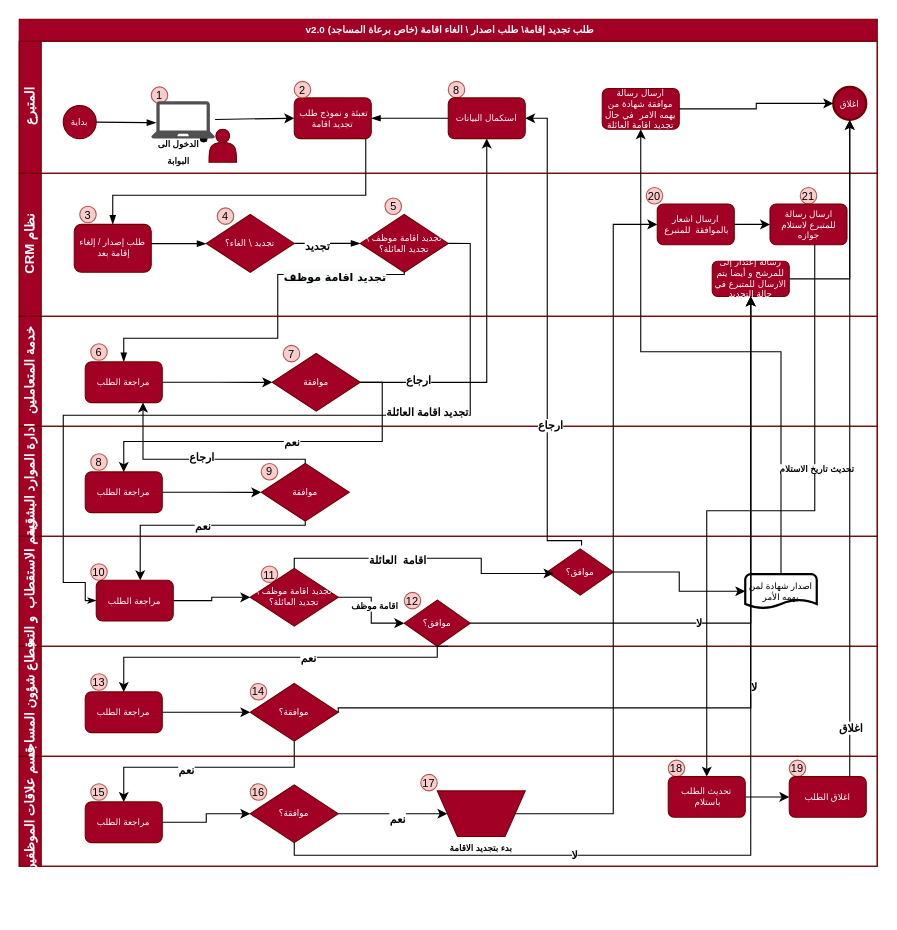
mmarei/mmarei-GithubRepository keeps this draw.io diagram as طلب تجديد -إصدار - إلغاء إقامة -خاص برعاة المساجد v2.0.drawio. Above is the earlier version. Source tidied: cells renumbered, new cells numbered last; positions are measured from the earlier drawing's top-left corner, leaving out a move shared by most shapes. Both pictures are drawn from the tidied source at 110%, with x=0, y=0 at pixel (19, 19).
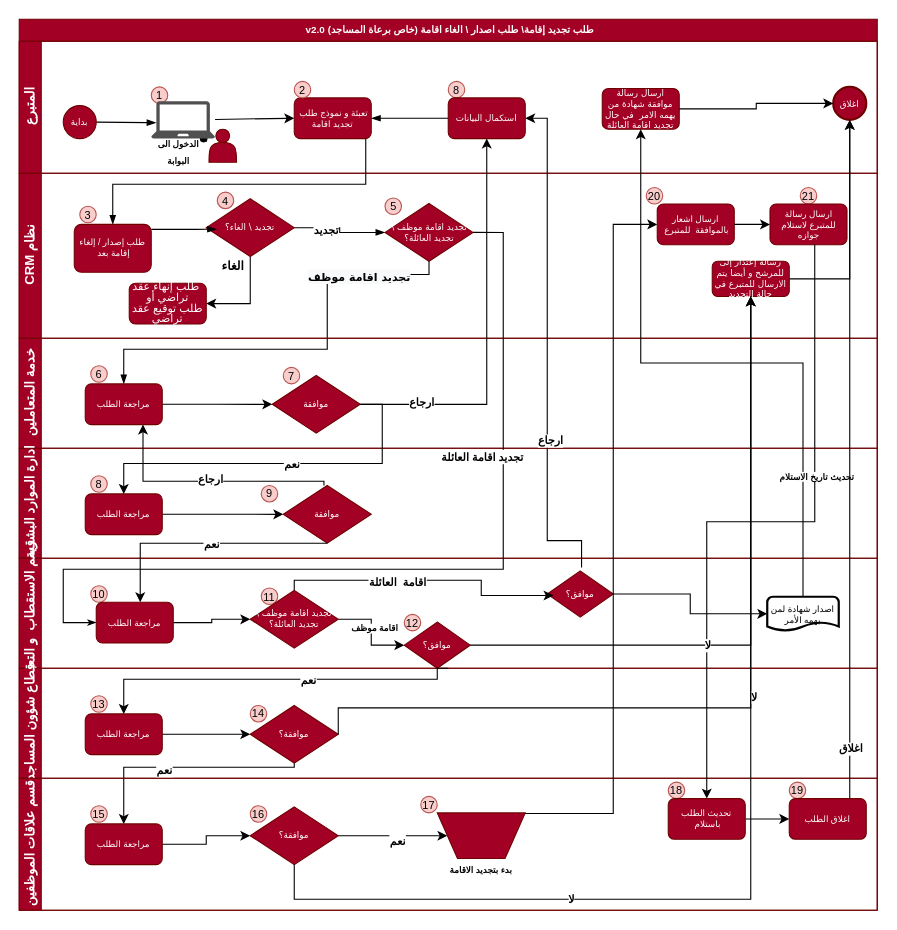
The same diagram, later.

Unchanged cells that the change refers to:
```xml
<mxCell id="15" value="&lt;font face=&quot;dubai, sans-serif&quot;&gt;تعبئة و نموذج طلب&amp;nbsp; تجديد اقامة&lt;/font&gt;" style="rounded=1;whiteSpace=wrap;html=1;shadow=0;labelBackgroundColor=none;strokeWidth=1;fontFamily=Verdana;fontSize=8;align=center;fillColor=#a20025;strokeColor=#6F0000;fontColor=#ffffff;" parent="3" vertex="1">
  <mxGeometry x="250" y="51.5" width="70" height="37" as="geometry" />
</mxCell>
<mxCell id="31" value="&lt;span lang=&quot;AR-SA&quot; dir=&quot;RTL&quot; style=&quot;line-height: 107% ; font-family: &amp;#34;dubai&amp;#34; , sans-serif&quot;&gt;&lt;font style=&quot;font-size: 8px&quot;&gt;طلب إصدار / إلغاء إقامة بعد&amp;nbsp;&lt;/font&gt;&lt;/span&gt;" style="rounded=1;whiteSpace=wrap;html=1;shadow=0;labelBackgroundColor=none;strokeWidth=1;fontFamily=Verdana;fontSize=8;align=center;fillColor=#a20025;strokeColor=#6F0000;fontColor=#ffffff;" parent="20" vertex="1">
  <mxGeometry x="50" y="46.5" width="70" height="43.5" as="geometry" />
</mxCell>
<mxCell id="35" value="رسالة إعتذار إلى للمرشح و أيضا يتم الارسال للمتبرع في حالة التجديد" style="whiteSpace=wrap;html=1;rounded=1;shadow=0;fontFamily=Verdana;fontSize=8;fontColor=#ffffff;strokeColor=#6F0000;strokeWidth=1;fillColor=#a20025;" parent="20" vertex="1">
  <mxGeometry x="630" y="80" width="70" height="32" as="geometry" />
</mxCell>
<mxCell id="44" value="&lt;span lang=&quot;AR-SA&quot; dir=&quot;RTL&quot; style=&quot;line-height: 107% ; font-family: &amp;#34;dubai&amp;#34; , sans-serif&quot;&gt;&lt;font style=&quot;font-size: 8px&quot;&gt;مراجعة الطلب&lt;/font&gt;&lt;/span&gt;" style="rounded=1;whiteSpace=wrap;html=1;shadow=0;labelBackgroundColor=none;strokeWidth=1;fontFamily=Verdana;fontSize=8;align=center;fillColor=#a20025;strokeColor=#6F0000;fontColor=#ffffff;" parent="39" vertex="1">
  <mxGeometry x="60" y="41.5" width="70" height="37" as="geometry" />
</mxCell>
<mxCell id="57" value="&lt;span lang=&quot;AR-SA&quot; dir=&quot;RTL&quot; style=&quot;line-height: 107% ; font-family: &amp;#34;dubai&amp;#34; , sans-serif&quot;&gt;&lt;font style=&quot;font-size: 8px&quot;&gt;مراجعة الطلب&lt;/font&gt;&lt;/span&gt;" style="rounded=1;whiteSpace=wrap;html=1;shadow=0;labelBackgroundColor=none;strokeWidth=1;fontFamily=Verdana;fontSize=8;align=center;fillColor=#a20025;strokeColor=#6F0000;fontColor=#ffffff;" parent="51" vertex="1">
  <mxGeometry x="70" y="40" width="70" height="37" as="geometry" />
</mxCell>
<mxCell id="102" value="موافقة؟" style="strokeWidth=1;html=1;shape=mxgraph.flowchart.decision;whiteSpace=wrap;rounded=1;shadow=0;labelBackgroundColor=none;fontFamily=Verdana;fontSize=8;align=center;fillColor=#a20025;strokeColor=#6F0000;fontColor=#ffffff;" parent="91" vertex="1">
  <mxGeometry x="210" y="26" width="80" height="52.5" as="geometry" />
</mxCell>
```

The edit, as a diff of the source:
```diff
@@
     <mxCell id="2" value="&lt;span lang=&quot;AR-SA&quot; dir=&quot;RTL&quot; style=&quot;line-height: 107% ; font-family: &amp;#34;dubai&amp;#34; , sans-serif&quot;&gt;&lt;font style=&quot;font-size: 9px&quot;&gt;طلب تجديد إقامة\ طلب اصدار \ الغاء اقامة (خاص برعاة المساجد) v2.0&amp;nbsp;&lt;/font&gt;&lt;/span&gt;" style="swimlane;html=1;horizontal=1;startSize=20;rounded=0;shadow=0;labelBackgroundColor=none;strokeWidth=1;fontFamily=Verdana;fontSize=8;align=center;fillColor=#a20025;strokeColor=#6F0000;fontColor=#ffffff;" parent="1" vertex="1">
-      <mxGeometry width="780" height="770" as="geometry" />
+      <mxGeometry width="780" height="810" as="geometry" />
     </mxCell>
@@
     <mxCell id="20" value="CRM نظام" style="swimlane;html=1;startSize=20;horizontal=0;fillColor=#a20025;strokeColor=#6F0000;fontColor=#ffffff;" parent="2" vertex="1">
-      <mxGeometry y="140" width="780" height="130" as="geometry" />
+      <mxGeometry y="140" width="780" height="150" as="geometry" />
     </mxCell>
@@
-    <mxCell id="24" value="&lt;font style=&quot;font-size: 10px&quot;&gt;4&lt;/font&gt;" style="ellipse;whiteSpace=wrap;html=1;fillColor=#f8cecc;strokeColor=#b85450;" parent="20" vertex="1">
-      <mxGeometry x="180" y="31.5" width="15" height="15" as="geometry" />
-    </mxCell>
@@
+    <mxCell id="116" style="edgeStyle=orthogonalEdgeStyle;rounded=0;jettySize=auto;html=1;entryX=1;entryY=0.5;entryDx=0;entryDy=0;" parent="20" edge="1" source="32" target="118">
+      <mxGeometry relative="1" as="geometry" />
+    </mxCell>
+    <mxCell id="117" value="&lt;b&gt;الغاء&lt;/b&gt;" style="edgeLabel;html=1;align=center;verticalAlign=middle;" parent="116" vertex="1">
+      <mxGeometry x="0.42" y="-35" relative="1" as="geometry" />
+    </mxCell>
+    <mxCell id="32" value="تجديد \ الغاء؟" style="strokeWidth=1;html=1;shape=mxgraph.flowchart.decision;whiteSpace=wrap;rounded=1;shadow=0;labelBackgroundColor=none;fontFamily=Verdana;fontSize=8;align=center;fillColor=#a20025;strokeColor=#6F0000;fontColor=#ffffff;" parent="20" vertex="1">
+      <mxGeometry x="170" y="23.2" width="80" height="52.5" as="geometry" />
+    </mxCell>
+    <mxCell id="24" value="&lt;font style=&quot;font-size: 10px&quot;&gt;4&lt;/font&gt;" style="ellipse;whiteSpace=wrap;html=1;fillColor=#f8cecc;strokeColor=#b85450;" parent="20" vertex="1">
+      <mxGeometry x="180" y="17.2" width="15" height="15" as="geometry" />
+    </mxCell>
+    <mxCell id="30" value="&lt;font style=&quot;font-size: 10px&quot;&gt;5&lt;/font&gt;" style="ellipse;whiteSpace=wrap;html=1;fillColor=#f8cecc;strokeColor=#b85450;" parent="20" vertex="1">
+      <mxGeometry x="332.5" y="22.5" width="15" height="15" as="geometry" />
+    </mxCell>
     <mxCell id="29" value="تجديد اقامة موظف \ تجديد العائلة؟" style="strokeWidth=1;html=1;shape=mxgraph.flowchart.decision;whiteSpace=wrap;rounded=1;shadow=0;labelBackgroundColor=none;fontFamily=Verdana;fontSize=8;align=center;fillColor=#a20025;strokeColor=#6F0000;fontColor=#ffffff;" parent="20" vertex="1">
-      <mxGeometry x="310" y="37.5" width="80" height="52.5" as="geometry" />
+      <mxGeometry x="332.5" y="27.5" width="80" height="52.5" as="geometry" />
     </mxCell>
-    <mxCell id="30" value="&lt;font style=&quot;font-size: 10px&quot;&gt;5&lt;/font&gt;" style="ellipse;whiteSpace=wrap;html=1;fillColor=#f8cecc;strokeColor=#b85450;" parent="20" vertex="1">
-      <mxGeometry x="332.5" y="22.5" width="15" height="15" as="geometry" />
-    </mxCell>
@@
-    <mxCell id="32" value="تجديد \ الغاء؟" style="strokeWidth=1;html=1;shape=mxgraph.flowchart.decision;whiteSpace=wrap;rounded=1;shadow=0;labelBackgroundColor=none;fontFamily=Verdana;fontSize=8;align=center;fillColor=#a20025;strokeColor=#6F0000;fontColor=#ffffff;" parent="20" vertex="1">
-      <mxGeometry x="170" y="37.5" width="80" height="52.5" as="geometry" />
-    </mxCell>
-    <mxCell id="33" style="edgeStyle=orthogonalEdgeStyle;rounded=0;jumpStyle=none;jettySize=auto;html=1;endArrow=blockThin;endFill=1;" parent="20" edge="1" source="31" target="32">
+    <mxCell id="33" style="edgeStyle=orthogonalEdgeStyle;rounded=0;jumpStyle=none;jettySize=auto;html=1;endArrow=blockThin;endFill=1;entryX=0.118;entryY=0.527;entryDx=0;entryDy=0;entryPerimeter=0;" parent="20" edge="1" source="31" target="32">
       <mxGeometry relative="1" as="geometry">
         <Array as="points">
-          <mxPoint x="130" y="64" />
-          <mxPoint x="130" y="64" />
+          <mxPoint x="160" y="51" />
+          <mxPoint x="160" y="51" />
         </Array>
       </mxGeometry>
     </mxCell>
@@
+    <mxCell id="118" value="&lt;span dir=&quot;RTL&quot;&gt;&lt;/span&gt;&lt;span dir=&quot;RTL&quot;&gt;&lt;/span&gt;&lt;span lang=&quot;AR-SA&quot; dir=&quot;RTL&quot; style=&quot;line-height: 107% ; font-family: &amp;#34;dubai&amp;#34; , sans-serif&quot;&gt;&lt;font style=&quot;font-size: 10px&quot;&gt;&lt;span dir=&quot;RTL&quot;&gt;&lt;/span&gt;&lt;span dir=&quot;RTL&quot;&gt;&lt;/span&gt;&amp;nbsp;طلب إنهاء عقد تراضي أو&lt;br/&gt;طلب توقيع عقد تراضي&lt;/font&gt;&lt;/span&gt;" style="rounded=1;whiteSpace=wrap;html=1;shadow=0;labelBackgroundColor=none;strokeWidth=1;fontFamily=Verdana;fontSize=8;align=center;fillColor=#a20025;strokeColor=#6F0000;fontColor=#ffffff;" parent="20" vertex="1">
+      <mxGeometry x="100" y="100" width="70" height="37" as="geometry" />
+    </mxCell>
     <mxCell id="36" style="edgeStyle=orthogonalEdgeStyle;rounded=0;jumpStyle=none;jettySize=auto;html=1;entryX=0.5;entryY=0;entryDx=0;entryDy=0;endArrow=blockThin;endFill=1;" parent="2" edge="1" source="15" target="31">
       <mxGeometry relative="1" as="geometry">
         <Array as="points">
-          <mxPoint x="315" y="160" />
-          <mxPoint x="85" y="160" />
+          <mxPoint x="315" y="150" />
+          <mxPoint x="85" y="150" />
         </Array>
       </mxGeometry>
     </mxCell>
     <mxCell id="37" style="edgeStyle=orthogonalEdgeStyle;rounded=0;jumpStyle=none;jettySize=auto;html=1;entryX=0.5;entryY=0;entryDx=0;entryDy=0;endArrow=blockThin;endFill=1;exitX=0.5;exitY=1;exitDx=0;exitDy=0;exitPerimeter=0;" parent="2" edge="1" source="29" target="44">
       <mxGeometry relative="1" as="geometry">
         <Array as="points">
-          <mxPoint x="235" y="232" />
-          <mxPoint x="235" y="290" />
-          <mxPoint x="95" y="290" />
+          <mxPoint x="373" y="232" />
+          <mxPoint x="280" y="232" />
+          <mxPoint x="280" y="300" />
+          <mxPoint x="95" y="300" />
         </Array>
       </mxGeometry>
     </mxCell>
@@
     <mxCell id="39" value="خدمة المتعاملين" style="swimlane;html=1;startSize=20;horizontal=0;fillColor=#a20025;strokeColor=#6F0000;fontColor=#ffffff;" parent="2" vertex="1">
-      <mxGeometry y="270" width="780" height="100" as="geometry" />
+      <mxGeometry y="290" width="780" height="100" as="geometry" />
     </mxCell>
@@
     <mxCell id="45" value="ادارة الموارد البشرية" style="swimlane;html=1;startSize=20;horizontal=0;fillColor=#a20025;strokeColor=#6F0000;fontColor=#ffffff;" parent="2" vertex="1">
-      <mxGeometry y="370" width="780" height="100" as="geometry" />
+      <mxGeometry y="390" width="780" height="100" as="geometry" />
     </mxCell>
@@
+    <mxCell id="50" value="موافقة" style="strokeWidth=1;html=1;shape=mxgraph.flowchart.decision;whiteSpace=wrap;rounded=1;shadow=0;labelBackgroundColor=none;fontFamily=Verdana;fontSize=8;align=center;fillColor=#a20025;strokeColor=#6F0000;fontColor=#ffffff;" parent="45" vertex="1">
+      <mxGeometry x="240" y="33.8" width="80" height="52.5" as="geometry" />
+    </mxCell>
@@
-    <mxCell id="50" value="موافقة" style="strokeWidth=1;html=1;shape=mxgraph.flowchart.decision;whiteSpace=wrap;rounded=1;shadow=0;labelBackgroundColor=none;fontFamily=Verdana;fontSize=8;align=center;fillColor=#a20025;strokeColor=#6F0000;fontColor=#ffffff;" parent="45" vertex="1">
-      <mxGeometry x="220" y="33.8" width="80" height="52.5" as="geometry" />
-    </mxCell>
     <mxCell id="51" value="قسم الاستقطاب&amp;nbsp; و التعيين" style="swimlane;html=1;startSize=20;horizontal=0;fillColor=#a20025;strokeColor=#6F0000;fontColor=#ffffff;" parent="2" vertex="1">
-      <mxGeometry y="470" width="780" height="100" as="geometry" />
+      <mxGeometry y="490" width="780" height="100" as="geometry" />
     </mxCell>
@@
     <mxCell id="56" value="اصدار شهادة لمن يهمه الأمر" style="strokeWidth=2;html=1;shape=mxgraph.flowchart.document2;whiteSpace=wrap;size=0.25;fontSize=8;" parent="51" vertex="1">
-      <mxGeometry x="660" y="34.5" width="65" height="31" as="geometry" />
+      <mxGeometry x="680" y="35" width="65" height="31" as="geometry" />
     </mxCell>
@@
     <mxCell id="66" value="قطاع شؤون المساجد" style="swimlane;html=1;startSize=20;horizontal=0;fillColor=#a20025;strokeColor=#6F0000;fontColor=#ffffff;" parent="2" vertex="1">
-      <mxGeometry y="570" width="780" height="100" as="geometry" />
+      <mxGeometry y="590" width="780" height="100" as="geometry" />
     </mxCell>
@@
     <mxCell id="74" style="edgeStyle=orthogonalEdgeStyle;rounded=0;html=1;labelBackgroundColor=none;startArrow=none;startFill=0;startSize=5;endArrow=classicThin;endFill=1;endSize=5;jettySize=auto;strokeWidth=1;fontFamily=Verdana;fontSize=8;exitX=1;exitY=0.5;exitDx=0;exitDy=0;exitPerimeter=0;entryX=0;entryY=0.5;entryDx=0;entryDy=0;" parent="2" edge="1" source="29" target="57">
       <mxGeometry x="-0.89" y="15" relative="1" as="geometry">
         <Array as="points">
-          <mxPoint x="410" y="204" />
-          <mxPoint x="410" y="360" />
-          <mxPoint x="40" y="360" />
-          <mxPoint x="40" y="512" />
-          <mxPoint x="60" y="512" />
-          <mxPoint x="60" y="528" />
+          <mxPoint x="440" y="194" />
+          <mxPoint x="440" y="500" />
+          <mxPoint x="40" y="500" />
+          <mxPoint x="40" y="548" />
         </Array>
       </mxGeometry>
     </mxCell>
     <mxCell id="75" value="&lt;b&gt;&lt;font style=&quot;font-size: 10px&quot;&gt;تجديد اقامة العائلة&lt;/font&gt;&lt;/b&gt;" style="edgeLabel;html=1;align=center;verticalAlign=middle;" parent="74" vertex="1">
       <mxGeometry x="-0.72" y="-1" relative="1" as="geometry">
-        <mxPoint x="-39" y="68.7" as="offset" />
+        <mxPoint x="-19" y="116.8" as="offset" />
       </mxGeometry>
     </mxCell>
@@
-    <mxCell id="83" style="edgeStyle=orthogonalEdgeStyle;rounded=0;jettySize=auto;html=1;entryX=0.571;entryY=0;entryDx=0;entryDy=0;entryPerimeter=0;fontSize=8;" parent="2" edge="1" source="50" target="57">
+    <mxCell id="83" style="edgeStyle=orthogonalEdgeStyle;rounded=0;jettySize=auto;html=1;entryX=0.571;entryY=0;entryDx=0;entryDy=0;entryPerimeter=0;fontSize=8;exitX=0.5;exitY=1;exitDx=0;exitDy=0;exitPerimeter=0;" parent="2" edge="1" source="50" target="57">
       <mxGeometry relative="1" as="geometry">
         <Array as="points">
-          <mxPoint x="260" y="460" />
-          <mxPoint x="110" y="460" />
+          <mxPoint x="110" y="476" />
         </Array>
       </mxGeometry>
     </mxCell>
@@
     <mxCell id="85" style="edgeStyle=orthogonalEdgeStyle;rounded=0;jettySize=auto;html=1;entryX=0.75;entryY=1;entryDx=0;entryDy=0;fontSize=8;" parent="2" edge="1" source="50" target="44">
       <mxGeometry relative="1" as="geometry">
         <Array as="points">
-          <mxPoint x="260" y="400" />
-          <mxPoint x="113" y="400" />
+          <mxPoint x="277" y="420" />
+          <mxPoint x="113" y="420" />
         </Array>
       </mxGeometry>
     </mxCell>
@@
     <mxCell id="91" value="قسم علاقات الموظفين" style="swimlane;html=1;startSize=20;horizontal=0;fillColor=#a20025;strokeColor=#6F0000;fontColor=#ffffff;" parent="2" vertex="1">
-      <mxGeometry y="670" width="780" height="100" as="geometry" />
+      <mxGeometry y="690" width="780" height="120" as="geometry" />
     </mxCell>
@@
-    <mxCell id="114" style="edgeStyle=orthogonalEdgeStyle;rounded=0;jettySize=auto;html=1;fontSize=8;exitX=0.5;exitY=1;exitDx=0;exitDy=0;exitPerimeter=0;" parent="2" edge="1" source="102" target="35">
+    <mxCell id="114" style="edgeStyle=orthogonalEdgeStyle;rounded=0;jettySize=auto;html=1;fontSize=8;" parent="2" edge="1" source="102" target="35">
       <mxGeometry relative="1" as="geometry">
         <Array as="points">
-          <mxPoint x="250" y="760" />
-          <mxPoint x="665" y="760" />
+          <mxPoint x="250" y="800" />
+          <mxPoint x="665" y="800" />
         </Array>
       </mxGeometry>
     </mxCell>
```
